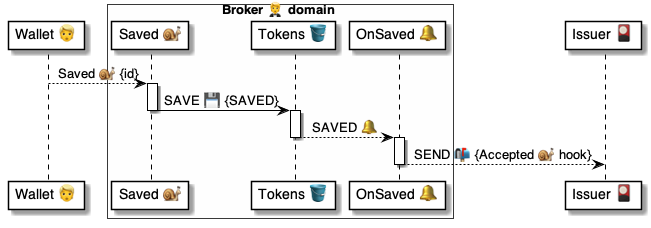
Before: 4 ⚙️ Solution/20 🧑‍🦰 UI/Brokers 🤵/🤵🪣 Broker tables/Tokens 🎫 table/🪣🔔 5 Saved/🤵 OnTokenSaved ⚙️ uml.png, a diagram exported from PlantUML (pollyweb-org/pollyweb-docs). Its source is kept beside it as 4 ⚙️ Solution/20 🧑‍🦰 UI/Brokers 🤵/🤵🪣 Broker tables/Tokens 🎫 table/🪣🔔 5 Saved/🤵 OnTokenSaved ⚙️ uml.puml.
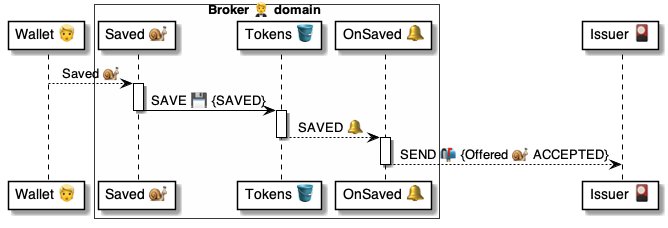
Above is the later version.

Diff of the diagram source:
```diff
@@ -3,25 +3,25 @@
 participant "Wallet 👱" as wallet
 
 box Broker 🤵 domain #FFFFFA
-    participant "Saved 🐌" as script
+    participant "Saved 🐌" as saved
     participant "Tokens 🪣" as tokens
-    participant "OnSaved 🔔" as change
+    participant "OnSaved 🔔" as onSaved
 end box
 
 participant "Issuer 🎴" as issuer
 
-wallet --> script: Saved 🐌 {id}
+wallet --> saved: Saved 🐌
 
-activate script
-    script -> tokens: SAVE 💾 {SAVED}
-deactivate script
+activate saved
+    saved -> tokens: SAVE 💾 {SAVED}
+deactivate saved
 
 activate tokens
-    tokens --> change: SAVED 🔔
+    tokens --> onSaved: SAVED 🔔
 deactivate tokens
 
-activate change
-    change --> issuer: SEND 📬 {Accepted 🐌 hook}
-deactivate change
+activate onSaved
+    onSaved --> issuer: SEND 📬 {Offered 🐌 ACCEPTED}
+deactivate onSaved
 
 @enduml
```
